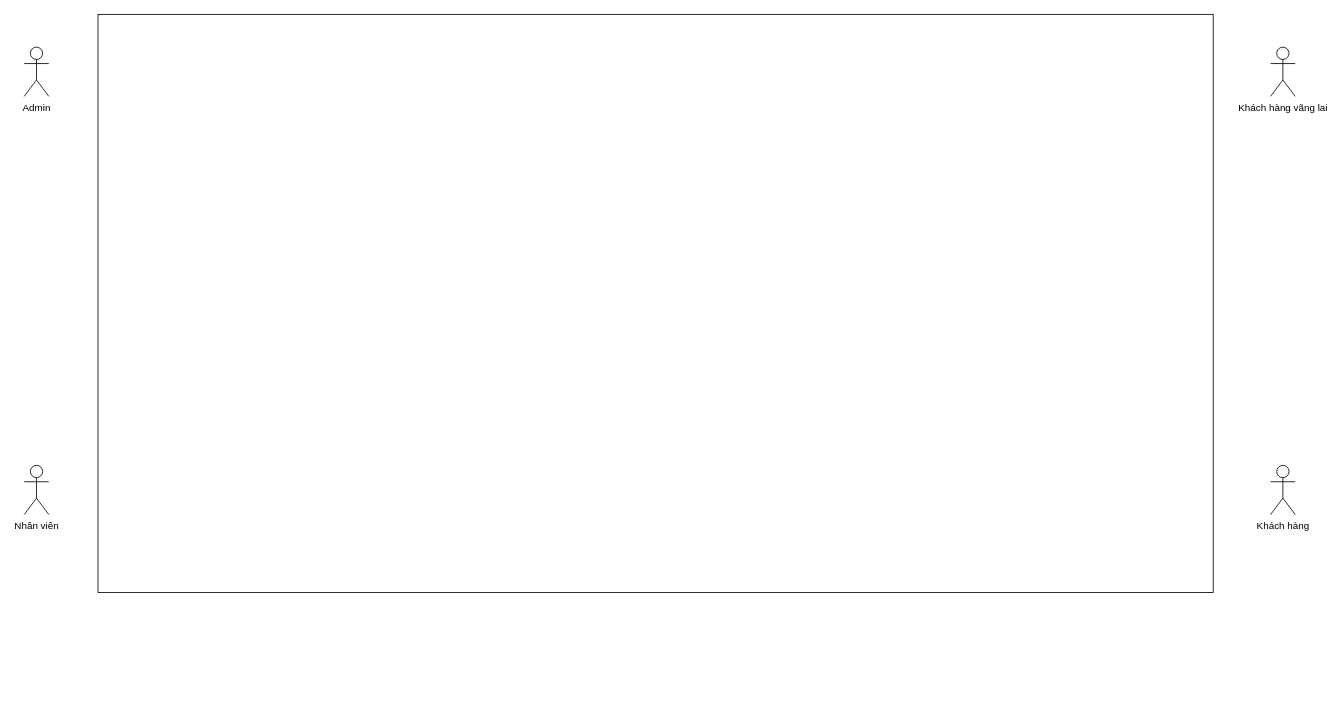
This is Biểu đồ không có tiêu đề.drawio from tongdat27/C-, a draw.io file, before an edit. Source tidied: cells renumbered, new cells numbered last; positions are measured from the earlier drawing's top-left corner, leaving out a move shared by most shapes. Both pictures are drawn from the tidied source at 82%, with x=0, y=0 at pixel (24, 14).
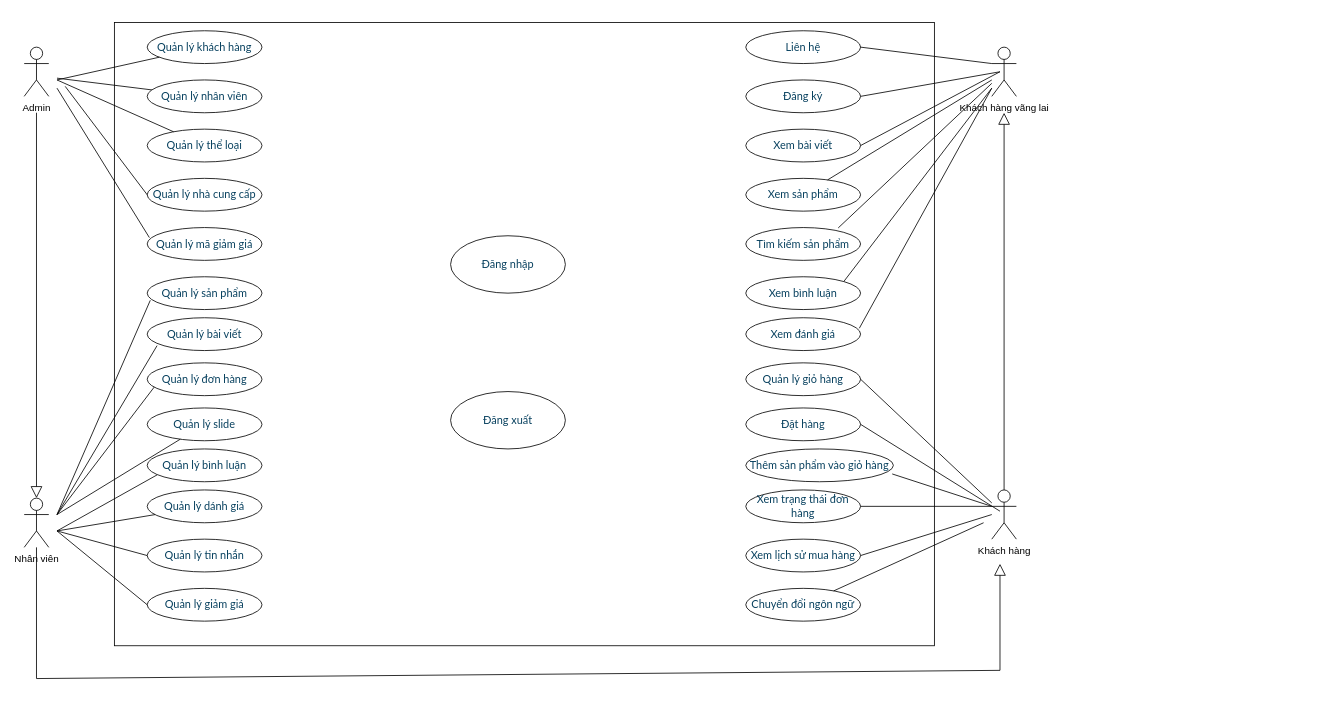
Above is the later version.

Commit message:
use case

The edit, as a diff of the source:
```diff
@@
     <mxCell id="2" style="rounded=0;whiteSpace=wrap;html=1;" parent="1" vertex="1">
-      <mxGeometry x="90" width="1360" height="705" as="geometry" />
+      <mxGeometry x="110" y="10" width="1000" height="760" as="geometry" />
     </mxCell>
@@
     <mxCell id="4" value="Nhân viên" style="shape=umlActor;verticalLabelPosition=bottom;verticalAlign=top;html=1;outlineConnect=0;" parent="1" vertex="1">
-      <mxGeometry y="550" width="30" height="60" as="geometry" />
+      <mxGeometry y="590" width="30" height="60" as="geometry" />
     </mxCell>
     <mxCell id="5" value="Khách hàng vãng lai" style="shape=umlActor;verticalLabelPosition=bottom;verticalAlign=top;html=1;outlineConnect=0;" parent="1" vertex="1">
-      <mxGeometry x="1520" y="40" width="30" height="60" as="geometry" />
+      <mxGeometry x="1180" y="40" width="30" height="60" as="geometry" />
     </mxCell>
     <mxCell id="6" value="Khách hàng" style="shape=umlActor;verticalLabelPosition=bottom;verticalAlign=top;html=1;outlineConnect=0;" parent="1" vertex="1">
-      <mxGeometry x="1520" y="550" width="30" height="60" as="geometry" />
+      <mxGeometry x="1180" y="580" width="30" height="60" as="geometry" />
     </mxCell>
+    <mxCell id="7" value="&lt;span style=&quot;font-family: Lato; color: rgb(8, 65, 95); font-size: 10pt;&quot;&gt;Quản lý khách hàng&lt;/span&gt;" style="ellipse;whiteSpace=wrap;html=1;" parent="1" vertex="1">
+      <mxGeometry x="150" y="20" width="140" height="40" as="geometry" />
+    </mxCell>
+    <mxCell id="8" value="&lt;span style=&quot;font-family: Lato; color: rgb(8, 65, 95); font-size: 10pt;&quot;&gt;Quản lý nhân viên&lt;/span&gt;" style="ellipse;whiteSpace=wrap;html=1;" parent="1" vertex="1">
+      <mxGeometry x="150" y="80" width="140" height="40" as="geometry" />
+    </mxCell>
+    <mxCell id="9" value="&lt;span style=&quot;font-family: Lato; color: rgb(8, 65, 95); font-size: 10pt;&quot;&gt;Quản lý thể loại&lt;/span&gt;" style="ellipse;whiteSpace=wrap;html=1;" parent="1" vertex="1">
+      <mxGeometry x="150" y="140" width="140" height="40" as="geometry" />
+    </mxCell>
+    <mxCell id="10" value="&lt;span style=&quot;font-family: Lato; color: rgb(8, 65, 95); font-size: 10pt;&quot;&gt;Quản lý nhà cung cấp&lt;/span&gt;" style="ellipse;whiteSpace=wrap;html=1;" parent="1" vertex="1">
+      <mxGeometry x="150" y="200" width="140" height="40" as="geometry" />
+    </mxCell>
+    <mxCell id="11" value="&lt;span style=&quot;font-family: Lato; color: rgb(8, 65, 95); font-size: 10pt;&quot;&gt;Quản lý mã giảm giá&lt;/span&gt;" style="ellipse;whiteSpace=wrap;html=1;" parent="1" vertex="1">
+      <mxGeometry x="150" y="260" width="140" height="40" as="geometry" />
+    </mxCell>
+    <mxCell id="12" value="&lt;span style=&quot;font-family: Lato; color: rgb(8, 65, 95); font-size: 10pt;&quot;&gt;Quản lý sản phẩm&lt;/span&gt;" style="ellipse;whiteSpace=wrap;html=1;" parent="1" vertex="1">
+      <mxGeometry x="150" y="320" width="140" height="40" as="geometry" />
+    </mxCell>
+    <mxCell id="13" value="&lt;span style=&quot;font-family: Lato; color: rgb(8, 65, 95); font-size: 10pt;&quot;&gt;Quản lý bài viết&lt;/span&gt;" style="ellipse;whiteSpace=wrap;html=1;" parent="1" vertex="1">
+      <mxGeometry x="150" y="370" width="140" height="40" as="geometry" />
+    </mxCell>
+    <mxCell id="14" value="&lt;span style=&quot;font-family: Lato; color: rgb(8, 65, 95); font-size: 10pt;&quot;&gt;Quản lý đơn hàng&lt;/span&gt;" style="ellipse;whiteSpace=wrap;html=1;" parent="1" vertex="1">
+      <mxGeometry x="150" y="425" width="140" height="40" as="geometry" />
+    </mxCell>
+    <mxCell id="15" value="&lt;span style=&quot;font-family: Lato; color: rgb(8, 65, 95); font-size: 10pt;&quot;&gt;Quản lý slide&lt;/span&gt;" style="ellipse;whiteSpace=wrap;html=1;" parent="1" vertex="1">
+      <mxGeometry x="150" y="480" width="140" height="40" as="geometry" />
+    </mxCell>
+    <mxCell id="16" value="&lt;span style=&quot;font-family: Lato; color: rgb(8, 65, 95); font-size: 10pt;&quot;&gt;Quản lý bình luận&lt;/span&gt;" style="ellipse;whiteSpace=wrap;html=1;" parent="1" vertex="1">
+      <mxGeometry x="150" y="530" width="140" height="40" as="geometry" />
+    </mxCell>
+    <mxCell id="17" value="&lt;span style=&quot;font-family: Lato; color: rgb(8, 65, 95); font-size: 10pt;&quot;&gt;Quản lý tin nhắn&lt;/span&gt;" style="ellipse;whiteSpace=wrap;html=1;" parent="1" vertex="1">
+      <mxGeometry x="150" y="640" width="140" height="40" as="geometry" />
+    </mxCell>
+    <mxCell id="18" value="&lt;span style=&quot;font-family: Lato; color: rgb(8, 65, 95); font-size: 10pt;&quot;&gt;Quản lý giảm giá&lt;/span&gt;" style="ellipse;whiteSpace=wrap;html=1;" parent="1" vertex="1">
+      <mxGeometry x="150" y="700" width="140" height="40" as="geometry" />
+    </mxCell>
+    <mxCell id="19" value="&lt;span style=&quot;font-family: Lato; color: rgb(8, 65, 95); font-size: 10pt;&quot;&gt;Liên hệ&lt;/span&gt;" style="ellipse;whiteSpace=wrap;html=1;" parent="1" vertex="1">
+      <mxGeometry x="880" y="20" width="140" height="40" as="geometry" />
+    </mxCell>
+    <mxCell id="20" value="&lt;span style=&quot;font-family: Lato; color: rgb(8, 65, 95); font-size: 10pt;&quot;&gt;Đăng ký&lt;/span&gt;" style="ellipse;whiteSpace=wrap;html=1;" parent="1" vertex="1">
+      <mxGeometry x="880" y="80" width="140" height="40" as="geometry" />
+    </mxCell>
+    <mxCell id="21" value="&lt;span style=&quot;font-family: Lato; color: rgb(8, 65, 95); font-size: 10pt;&quot;&gt;Xem bài viết&lt;/span&gt;" style="ellipse;whiteSpace=wrap;html=1;" parent="1" vertex="1">
+      <mxGeometry x="880" y="140" width="140" height="40" as="geometry" />
+    </mxCell>
+    <mxCell id="22" value="&lt;span style=&quot;font-family: Lato; color: rgb(8, 65, 95); font-size: 10pt;&quot;&gt;Xem sản phẩm&lt;/span&gt;" style="ellipse;whiteSpace=wrap;html=1;" parent="1" vertex="1">
+      <mxGeometry x="880" y="200" width="140" height="40" as="geometry" />
+    </mxCell>
+    <mxCell id="23" value="&lt;span style=&quot;font-family: Lato; color: rgb(8, 65, 95); font-size: 10pt;&quot;&gt;Tìm kiếm sản phẩm&lt;/span&gt;" style="ellipse;whiteSpace=wrap;html=1;" parent="1" vertex="1">
+      <mxGeometry x="880" y="260" width="140" height="40" as="geometry" />
+    </mxCell>
+    <mxCell id="24" value="&lt;span style=&quot;font-family: Lato; color: rgb(8, 65, 95); font-size: 10pt;&quot;&gt;Xem bình luận&lt;/span&gt;" style="ellipse;whiteSpace=wrap;html=1;" parent="1" vertex="1">
+      <mxGeometry x="880" y="320" width="140" height="40" as="geometry" />
+    </mxCell>
+    <mxCell id="25" value="&lt;span style=&quot;font-family: Lato; color: rgb(8, 65, 95); font-size: 10pt;&quot;&gt;Quản lý giỏ hàng&lt;/span&gt;" style="ellipse;whiteSpace=wrap;html=1;" parent="1" vertex="1">
+      <mxGeometry x="880" y="425" width="140" height="40" as="geometry" />
+    </mxCell>
+    <mxCell id="26" value="&lt;span style=&quot;font-family: Lato; color: rgb(8, 65, 95); font-size: 10pt;&quot;&gt;Đặt hàng&lt;/span&gt;" style="ellipse;whiteSpace=wrap;html=1;" parent="1" vertex="1">
+      <mxGeometry x="880" y="480" width="140" height="40" as="geometry" />
+    </mxCell>
+    <mxCell id="27" value="&lt;span style=&quot;font-family: Lato; color: rgb(8, 65, 95); font-size: 10pt;&quot;&gt;Thêm sản phẩm vào giỏ hàng&lt;/span&gt;" style="ellipse;whiteSpace=wrap;html=1;" parent="1" vertex="1">
+      <mxGeometry x="880" y="530" width="180" height="40" as="geometry" />
+    </mxCell>
+    <mxCell id="28" value="&lt;span style=&quot;font-family: Lato; color: rgb(8, 65, 95); font-size: 10pt;&quot;&gt;Xem trạng thái đơn hàng&lt;/span&gt;" style="ellipse;whiteSpace=wrap;html=1;" parent="1" vertex="1">
+      <mxGeometry x="880" y="580" width="140" height="40" as="geometry" />
+    </mxCell>
+    <mxCell id="29" value="&lt;span style=&quot;font-family: Lato; color: rgb(8, 65, 95); font-size: 10pt;&quot;&gt;Xem lịch sử mua hàng&lt;/span&gt;" style="ellipse;whiteSpace=wrap;html=1;" parent="1" vertex="1">
+      <mxGeometry x="880" y="640" width="140" height="40" as="geometry" />
+    </mxCell>
+    <mxCell id="30" value="&lt;span style=&quot;font-family: Lato; color: rgb(8, 65, 95); font-size: 10pt;&quot;&gt;Chuyển đổi ngôn ngữ&lt;/span&gt;" style="ellipse;whiteSpace=wrap;html=1;" parent="1" vertex="1">
+      <mxGeometry x="880" y="700" width="140" height="40" as="geometry" />
+    </mxCell>
+    <mxCell id="31" value="&lt;span style=&quot;font-family: Lato; color: rgb(8, 65, 95); font-size: 10pt;&quot;&gt;Quản lý dánh giá&lt;/span&gt;" style="ellipse;whiteSpace=wrap;html=1;" parent="1" vertex="1">
+      <mxGeometry x="150" y="580" width="140" height="40" as="geometry" />
+    </mxCell>
+    <mxCell id="32" value="&lt;span style=&quot;font-family: Lato; color: rgb(8, 65, 95); font-size: 10pt;&quot;&gt;Xem đánh giá&lt;/span&gt;" style="ellipse;whiteSpace=wrap;html=1;" parent="1" vertex="1">
+      <mxGeometry x="880" y="370" width="140" height="40" as="geometry" />
+    </mxCell>
+    <mxCell id="33" value="&lt;span style=&quot;font-family: Lato; color: rgb(8, 65, 95); font-size: 10pt;&quot;&gt;Đăng nhập&lt;/span&gt;" style="ellipse;whiteSpace=wrap;html=1;" parent="1" vertex="1">
+      <mxGeometry x="520" y="270" width="140" height="70" as="geometry" />
+    </mxCell>
+    <mxCell id="34" value="&lt;span style=&quot;font-family: Lato; color: rgb(8, 65, 95); font-size: 10pt;&quot;&gt;Đăng xuất&lt;/span&gt;" style="ellipse;whiteSpace=wrap;html=1;" parent="1" vertex="1">
+      <mxGeometry x="520" y="460" width="140" height="70" as="geometry" />
+    </mxCell>
+    <mxCell id="35" style="edgeStyle=none;html=1;endSize=12;endArrow=block;endFill=0;rounded=0;entryX=0.5;entryY=0;entryDx=0;entryDy=0;entryPerimeter=0;" parent="1" edge="1" target="4">
+      <mxGeometry relative="1" as="geometry">
+        <mxPoint x="15" y="120" as="sourcePoint" />
+      </mxGeometry>
+    </mxCell>
+    <mxCell id="36" style="edgeStyle=none;html=1;endSize=12;endArrow=block;endFill=0;rounded=0;" parent="1" edge="1" source="4">
+      <mxGeometry relative="1" as="geometry">
+        <mxPoint x="1190" y="670" as="targetPoint" />
+        <Array as="points">
+          <mxPoint x="15" y="810" />
+          <mxPoint x="1190" y="800" />
+        </Array>
+      </mxGeometry>
+    </mxCell>
+    <mxCell id="37" style="edgeStyle=none;html=1;endSize=12;endArrow=block;endFill=0;rounded=0;" parent="1" edge="1" source="6">
+      <mxGeometry relative="1" as="geometry">
+        <mxPoint x="1195" y="120" as="targetPoint" />
+      </mxGeometry>
+    </mxCell>
+    <mxCell id="38" style="endArrow=none;html=1;rounded=0;" parent="1" edge="1" target="7">
+      <mxGeometry relative="1" as="geometry">
+        <mxPoint x="40" y="80" as="sourcePoint" />
+      </mxGeometry>
+    </mxCell>
+    <mxCell id="39" style="endArrow=none;html=1;rounded=0;" parent="1" edge="1" target="8">
+      <mxGeometry relative="1" as="geometry">
+        <mxPoint x="40" y="77.8" as="sourcePoint" />
+      </mxGeometry>
+    </mxCell>
+    <mxCell id="40" style="endArrow=none;html=1;rounded=0;" parent="1" edge="1" target="9">
+      <mxGeometry relative="1" as="geometry">
+        <mxPoint x="40" y="80" as="sourcePoint" />
+      </mxGeometry>
+    </mxCell>
+    <mxCell id="41" style="endArrow=none;html=1;rounded=0;entryX=0;entryY=0.5;entryDx=0;entryDy=0;" parent="1" edge="1" target="10">
+      <mxGeometry relative="1" as="geometry">
+        <mxPoint x="50" y="87.8" as="sourcePoint" />
+      </mxGeometry>
+    </mxCell>
+    <mxCell id="42" style="endArrow=none;html=1;rounded=0;entryX=0.019;entryY=0.306;entryDx=0;entryDy=0;entryPerimeter=0;" parent="1" edge="1" target="11">
+      <mxGeometry relative="1" as="geometry">
+        <mxPoint x="40" y="90" as="sourcePoint" />
+      </mxGeometry>
+    </mxCell>
+    <mxCell id="43" style="endArrow=none;html=1;rounded=0;entryX=0.027;entryY=0.718;entryDx=0;entryDy=0;entryPerimeter=0;" parent="1" edge="1" target="12">
+      <mxGeometry relative="1" as="geometry">
+        <mxPoint x="40" y="610" as="sourcePoint" />
+      </mxGeometry>
+    </mxCell>
+    <mxCell id="44" style="endArrow=none;html=1;rounded=0;entryX=0.086;entryY=0.85;entryDx=0;entryDy=0;entryPerimeter=0;" parent="1" edge="1" target="13">
+      <mxGeometry relative="1" as="geometry">
+        <mxPoint x="40" y="610" as="sourcePoint" />
+      </mxGeometry>
+    </mxCell>
+    <mxCell id="45" style="endArrow=none;html=1;rounded=0;entryX=0.061;entryY=0.74;entryDx=0;entryDy=0;entryPerimeter=0;" parent="1" edge="1" target="14">
+      <mxGeometry relative="1" as="geometry">
+        <mxPoint x="40" y="610" as="sourcePoint" />
+      </mxGeometry>
+    </mxCell>
+    <mxCell id="46" style="endArrow=none;html=1;rounded=0;" parent="1" edge="1" target="15">
+      <mxGeometry relative="1" as="geometry">
+        <mxPoint x="40" y="610" as="sourcePoint" />
+      </mxGeometry>
+    </mxCell>
+    <mxCell id="47" style="endArrow=none;html=1;rounded=0;entryX=0.086;entryY=0.791;entryDx=0;entryDy=0;entryPerimeter=0;" parent="1" edge="1" target="16">
+      <mxGeometry relative="1" as="geometry">
+        <mxPoint x="40" y="630" as="sourcePoint" />
+      </mxGeometry>
+    </mxCell>
+    <mxCell id="48" style="endArrow=none;html=1;rounded=0;" parent="1" edge="1" target="31">
+      <mxGeometry relative="1" as="geometry">
+        <mxPoint x="40" y="630" as="sourcePoint" />
+      </mxGeometry>
+    </mxCell>
+    <mxCell id="49" style="endArrow=none;html=1;rounded=0;entryX=0;entryY=0.5;entryDx=0;entryDy=0;" parent="1" edge="1" target="17">
+      <mxGeometry relative="1" as="geometry">
+        <mxPoint x="40" y="630" as="sourcePoint" />
+      </mxGeometry>
+    </mxCell>
+    <mxCell id="50" style="endArrow=none;html=1;rounded=0;entryX=0;entryY=0.5;entryDx=0;entryDy=0;" parent="1" edge="1" target="18">
+      <mxGeometry relative="1" as="geometry">
+        <mxPoint x="40" y="630" as="sourcePoint" />
+      </mxGeometry>
+    </mxCell>
+    <mxCell id="51" style="endArrow=none;html=1;rounded=0;entryX=0;entryY=0.3333333333333333;entryDx=0;entryDy=0;entryPerimeter=0;exitX=1;exitY=0.5;exitDx=0;exitDy=0;" parent="1" edge="1" source="19" target="5">
+      <mxGeometry relative="1" as="geometry" />
+    </mxCell>
+    <mxCell id="52" style="endArrow=none;html=1;rounded=0;entryX=0;entryY=0.3333333333333333;entryDx=0;entryDy=0;entryPerimeter=0;exitX=1;exitY=0.5;exitDx=0;exitDy=0;" parent="1" edge="1" source="20">
+      <mxGeometry relative="1" as="geometry">
+        <mxPoint x="1190" y="70" as="targetPoint" />
+      </mxGeometry>
+    </mxCell>
+    <mxCell id="53" style="endArrow=none;html=1;rounded=0;exitX=1;exitY=0.5;exitDx=0;exitDy=0;" parent="1" edge="1" source="21">
+      <mxGeometry relative="1" as="geometry">
+        <mxPoint x="1190" y="70" as="targetPoint" />
+      </mxGeometry>
+    </mxCell>
+    <mxCell id="54" style="endArrow=none;html=1;rounded=0;" parent="1" edge="1" source="22">
+      <mxGeometry relative="1" as="geometry">
+        <mxPoint x="1180" y="80" as="targetPoint" />
+      </mxGeometry>
+    </mxCell>
+    <mxCell id="55" style="endArrow=none;html=1;rounded=0;exitX=0.805;exitY=0.012;exitDx=0;exitDy=0;exitPerimeter=0;" parent="1" edge="1" source="23" target="5">
+      <mxGeometry relative="1" as="geometry" />
+    </mxCell>
+    <mxCell id="56" style="endArrow=none;html=1;rounded=0;exitX=1;exitY=0;exitDx=0;exitDy=0;" parent="1" edge="1" source="24">
+      <mxGeometry relative="1" as="geometry">
+        <mxPoint x="1180" y="90" as="targetPoint" />
+      </mxGeometry>
+    </mxCell>
+    <mxCell id="57" style="endArrow=none;html=1;rounded=0;exitX=0.989;exitY=0.321;exitDx=0;exitDy=0;exitPerimeter=0;" parent="1" edge="1" source="32">
+      <mxGeometry relative="1" as="geometry">
+        <mxPoint x="1180" y="90" as="targetPoint" />
+      </mxGeometry>
+    </mxCell>
+    <mxCell id="58" style="endArrow=none;html=1;rounded=0;exitX=1;exitY=0.5;exitDx=0;exitDy=0;" parent="1" edge="1" source="25" target="6">
+      <mxGeometry relative="1" as="geometry" />
+    </mxCell>
+    <mxCell id="59" style="endArrow=none;html=1;rounded=0;" parent="1" edge="1">
+      <mxGeometry relative="1" as="geometry">
+        <mxPoint x="1020" y="500" as="sourcePoint" />
+        <mxPoint x="1190" y="605.9" as="targetPoint" />
+      </mxGeometry>
+    </mxCell>
+    <mxCell id="60" style="endArrow=none;html=1;rounded=0;exitX=0.992;exitY=0.762;exitDx=0;exitDy=0;exitPerimeter=0;" parent="1" edge="1" source="27">
+      <mxGeometry relative="1" as="geometry">
+        <mxPoint x="1180" y="600" as="targetPoint" />
+      </mxGeometry>
+    </mxCell>
+    <mxCell id="61" style="endArrow=none;html=1;rounded=0;exitX=1;exitY=0.5;exitDx=0;exitDy=0;" parent="1" edge="1" source="28">
+      <mxGeometry relative="1" as="geometry">
+        <mxPoint x="1180" y="600" as="targetPoint" />
+      </mxGeometry>
+    </mxCell>
+    <mxCell id="62" style="endArrow=none;html=1;rounded=0;exitX=1;exitY=0.5;exitDx=0;exitDy=0;" parent="1" edge="1" source="29">
+      <mxGeometry relative="1" as="geometry">
+        <mxPoint x="1180" y="610" as="targetPoint" />
+      </mxGeometry>
+    </mxCell>
+    <mxCell id="63" style="endArrow=none;html=1;rounded=0;" parent="1" edge="1" source="30">
+      <mxGeometry relative="1" as="geometry">
+        <mxPoint x="1170" y="620" as="targetPoint" />
+      </mxGeometry>
+    </mxCell>
```
